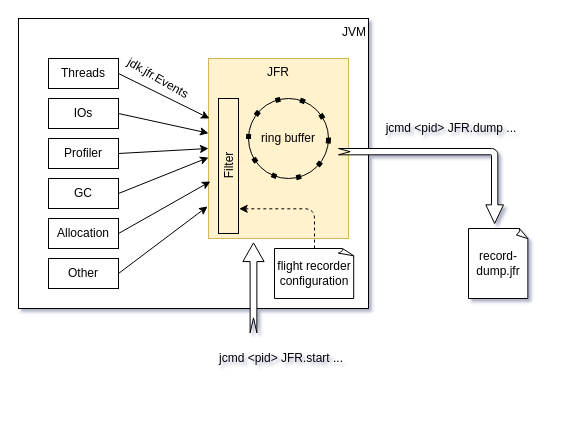
Before: static/assets/jfr/java-flight-recorder-big-picture.drawio in bric3/bric3.github.io, a draw.io diagram. Source tidied: cells renumbered, new cells numbered last; positions are measured from the earlier drawing's top-left corner, leaving out a move shared by most shapes. Both pictures are drawn from the tidied source at 100%, with x=0, y=0 at pixel (18, 18).
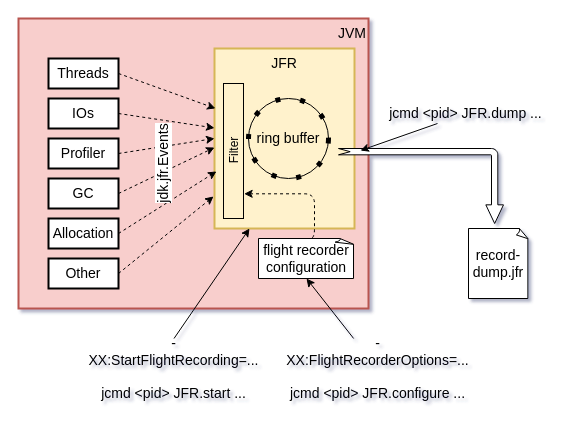
The same diagram, later.

Commit message (it also covers changes not shown here):
Java Flight Recorder first part overhaul

Unchanged cells that the change refers to:
```xml
<mxCell id="21" style="html=1;shadow=0;dashed=0;align=center;verticalAlign=middle;shape=mxgraph.arrows2.bendArrow;dy=3.17;dx=18.67;notch=11.67;arrowHead=17.67;rounded=1;strokeWidth=1;rotation=90;" parent="1" vertex="1">
  <mxGeometry x="365" y="85" width="75" height="165" as="geometry" />
</mxCell>
```

The edit, as a diff of the source:
```diff
@@
-    <mxCell id="2" value="&lt;div align=&quot;right&quot;&gt;JVM&lt;/div&gt;" style="rounded=0;whiteSpace=wrap;html=1;align=right;verticalAlign=top;horizontal=1;" parent="1" vertex="1">
+    <mxCell id="2" value="&lt;div style=&quot;font-size: 14px;&quot; align=&quot;right&quot;&gt;JVM&lt;/div&gt;" style="rounded=0;whiteSpace=wrap;html=1;align=right;verticalAlign=top;horizontal=1;strokeWidth=2;strokeColor=#b85450;fillColor=#f8cecc;fontSize=14;" parent="1" vertex="1">
       <mxGeometry width="350" height="290" as="geometry" />
     </mxCell>
-    <mxCell id="3" value="JFR" style="rounded=0;whiteSpace=wrap;html=1;fillColor=#fff2cc;strokeColor=#d6b656;verticalAlign=top;" parent="1" vertex="1">
-      <mxGeometry x="190" y="40" width="140" height="180" as="geometry" />
+    <mxCell id="3" value="JFR" style="rounded=0;whiteSpace=wrap;html=1;fillColor=#fff2cc;strokeColor=#d6b656;verticalAlign=top;fontSize=14;strokeWidth=2;" parent="1" vertex="1">
+      <mxGeometry x="196" y="30" width="140" height="180" as="geometry" />
     </mxCell>
-    <mxCell id="4" style="rounded=0;jettySize=auto;html=1;exitX=1;exitY=0.5;exitDx=0;exitDy=0;entryX=0.007;entryY=0.333;entryDx=0;entryDy=0;entryPerimeter=0;" parent="1" edge="1" source="5" target="3">
+    <mxCell id="4" style="rounded=0;jettySize=auto;html=1;exitX=1;exitY=0.5;exitDx=0;exitDy=0;entryX=0.007;entryY=0.333;entryDx=0;entryDy=0;entryPerimeter=0;dashed=1;" parent="1" edge="1" source="5" target="3">
       <mxGeometry relative="1" as="geometry" />
     </mxCell>
-    <mxCell id="5" value="Threads" style="rounded=0;whiteSpace=wrap;html=1;" parent="1" vertex="1">
+    <mxCell id="5" value="Threads" style="rounded=0;whiteSpace=wrap;html=1;fontSize=14;strokeWidth=2;" parent="1" vertex="1">
       <mxGeometry x="30" y="40" width="70" height="30" as="geometry" />
     </mxCell>
-    <mxCell id="6" style="edgeStyle=none;rounded=0;jettySize=auto;html=1;exitX=1;exitY=0.5;exitDx=0;exitDy=0;" parent="1" edge="1" source="7" target="3">
+    <mxCell id="6" style="edgeStyle=none;rounded=0;jettySize=auto;html=1;exitX=1;exitY=0.5;exitDx=0;exitDy=0;dashed=1;" parent="1" edge="1" source="7" target="3">
       <mxGeometry relative="1" as="geometry" />
     </mxCell>
-    <mxCell id="7" value="IOs" style="rounded=0;whiteSpace=wrap;html=1;" parent="1" vertex="1">
+    <mxCell id="7" value="IOs" style="rounded=0;whiteSpace=wrap;html=1;fontSize=14;strokeWidth=2;" parent="1" vertex="1">
       <mxGeometry x="30" y="80" width="70" height="30" as="geometry" />
     </mxCell>
-    <mxCell id="8" style="edgeStyle=none;rounded=0;jettySize=auto;html=1;exitX=1;exitY=0.5;exitDx=0;exitDy=0;entryX=0;entryY=0.5;entryDx=0;entryDy=0;" parent="1" edge="1" source="9" target="3">
+    <mxCell id="8" style="edgeStyle=none;rounded=0;jettySize=auto;html=1;exitX=1;exitY=0.5;exitDx=0;exitDy=0;entryX=0;entryY=0.5;entryDx=0;entryDy=0;dashed=1;" parent="1" edge="1" source="9" target="3">
       <mxGeometry relative="1" as="geometry" />
     </mxCell>
-    <mxCell id="9" value="Profiler" style="rounded=0;whiteSpace=wrap;html=1;" parent="1" vertex="1">
+    <mxCell id="9" value="Profiler" style="rounded=0;whiteSpace=wrap;html=1;fontSize=14;strokeWidth=2;" parent="1" vertex="1">
       <mxGeometry x="30" y="120" width="70" height="30" as="geometry" />
     </mxCell>
-    <mxCell id="10" style="edgeStyle=none;rounded=0;jettySize=auto;html=1;exitX=1;exitY=0.5;exitDx=0;exitDy=0;entryX=0;entryY=0.55;entryDx=0;entryDy=0;entryPerimeter=0;" parent="1" edge="1" source="11" target="3">
+    <mxCell id="10" style="edgeStyle=none;rounded=0;jettySize=auto;html=1;exitX=1;exitY=0.5;exitDx=0;exitDy=0;entryX=0;entryY=0.55;entryDx=0;entryDy=0;entryPerimeter=0;dashed=1;" parent="1" edge="1" source="11" target="3">
       <mxGeometry relative="1" as="geometry" />
     </mxCell>
-    <mxCell id="11" value="GC" style="rounded=0;whiteSpace=wrap;html=1;" parent="1" vertex="1">
+    <mxCell id="11" value="GC" style="rounded=0;whiteSpace=wrap;html=1;fontSize=14;strokeWidth=2;" parent="1" vertex="1">
       <mxGeometry x="30" y="160" width="70" height="30" as="geometry" />
     </mxCell>
-    <mxCell id="12" value="Allocation" style="rounded=0;whiteSpace=wrap;html=1;" parent="1" vertex="1">
+    <mxCell id="12" value="Allocation" style="rounded=0;whiteSpace=wrap;html=1;fontSize=14;strokeWidth=2;" parent="1" vertex="1">
       <mxGeometry x="30" y="200" width="70" height="30" as="geometry" />
     </mxCell>
-    <mxCell id="13" value="Other" style="rounded=0;whiteSpace=wrap;html=1;" parent="1" vertex="1">
+    <mxCell id="13" value="Other" style="rounded=0;whiteSpace=wrap;html=1;fontSize=14;strokeWidth=2;" parent="1" vertex="1">
       <mxGeometry x="30" y="240" width="70" height="30" as="geometry" />
     </mxCell>
-    <mxCell id="14" style="endArrow=classic;html=1;exitX=1;exitY=0.5;exitDx=0;exitDy=0;entryX=0.014;entryY=0.683;entryDx=0;entryDy=0;entryPerimeter=0;" parent="1" edge="1" source="12" target="3">
+    <mxCell id="14" style="endArrow=classic;html=1;exitX=1;exitY=0.5;exitDx=0;exitDy=0;entryX=0.014;entryY=0.683;entryDx=0;entryDy=0;entryPerimeter=0;dashed=1;" parent="1" edge="1" source="12" target="3">
       <mxGeometry relative="1" as="geometry" />
     </mxCell>
-    <mxCell id="15" style="endArrow=classic;html=1;exitX=1;exitY=0.5;exitDx=0;exitDy=0;entryX=-0.007;entryY=0.822;entryDx=0;entryDy=0;entryPerimeter=0;" parent="1" edge="1" source="13" target="3">
+    <mxCell id="15" style="endArrow=classic;html=1;exitX=1;exitY=0.5;exitDx=0;exitDy=0;entryX=-0.007;entryY=0.822;entryDx=0;entryDy=0;entryPerimeter=0;dashed=1;" parent="1" edge="1" source="13" target="3">
       <mxGeometry relative="1" as="geometry" />
     </mxCell>
-    <mxCell id="16" style="group;" parent="1" vertex="1">
+    <mxCell id="16" style="group;fontSize=12;" parent="1" vertex="1">
       <mxGeometry x="230" y="80" width="80" height="80" as="geometry" />
     </mxCell>
@@
-    <mxCell id="18" value="ring buffer" style="ellipse;whiteSpace=wrap;html=1;strokeWidth=1;fillColor=none;" parent="16" vertex="1">
+    <mxCell id="18" value="&lt;font style=&quot;font-size: 14px&quot;&gt;ring buffer&lt;/font&gt;" style="ellipse;whiteSpace=wrap;html=1;strokeWidth=1;fillColor=none;" parent="16" vertex="1">
       <mxGeometry width="80" height="80" as="geometry" />
     </mxCell>
-    <mxCell id="19" value="record-dump.jfr" style="whiteSpace=wrap;html=1;shape=mxgraph.basic.document;strokeWidth=1;" parent="1" vertex="1">
+    <mxCell id="19" value="record-dump.jfr" style="whiteSpace=wrap;html=1;shape=mxgraph.basic.document;strokeWidth=1;fontSize=14;" parent="1" vertex="1">
       <mxGeometry x="450" y="210" width="60" height="70" as="geometry" />
     </mxCell>
-    <mxCell id="20" value="jcmd &amp;lt;pid&amp;gt; JFR.dump ..." style="text;html=1;strokeColor=none;fillColor=none;align=center;verticalAlign=middle;whiteSpace=wrap;rounded=0;" parent="1" vertex="1">
-      <mxGeometry x="360" y="100" width="146" height="20" as="geometry" />
+    <mxCell id="20" value="jcmd &amp;lt;pid&amp;gt; JFR.dump ..." style="text;html=1;strokeColor=none;fillColor=none;align=center;verticalAlign=middle;whiteSpace=wrap;rounded=0;fontSize=14;" parent="1" vertex="1">
+      <mxGeometry x="365" y="85" width="165" height="20" as="geometry" />
     </mxCell>
@@
-    <mxCell id="22" value="jcmd &amp;lt;pid&amp;gt; JFR.start ..." style="text;html=1;strokeColor=none;fillColor=none;align=center;verticalAlign=middle;whiteSpace=wrap;rounded=0;" parent="1" vertex="1">
-      <mxGeometry x="190" y="330" width="146" height="20" as="geometry" />
+    <mxCell id="22" value="&lt;div&gt;-XX:StartFlightRecording=...&lt;/div&gt;&lt;div&gt;&lt;br&gt;&lt;/div&gt;&lt;div&gt;jcmd &amp;lt;pid&amp;gt; JFR.start ...&lt;/div&gt;" style="text;html=1;strokeColor=none;fillColor=none;align=center;verticalAlign=middle;whiteSpace=wrap;rounded=0;fontSize=14;" parent="1" vertex="1">
+      <mxGeometry x="68" y="320" width="175" height="60" as="geometry" />
     </mxCell>
-    <mxCell id="23" style="html=1;shadow=0;dashed=0;align=center;verticalAlign=middle;shape=mxgraph.arrows2.arrow;dy=0.68;dx=18.67;notch=15;strokeWidth=1;rotation=-90;" parent="1" vertex="1">
-      <mxGeometry x="190" y="258.8" width="90" height="21.2" as="geometry" />
-    </mxCell>
-    <mxCell id="24" value="&lt;div style=&quot;font-size: 12px;&quot;&gt;jdk.jfr.Events&lt;/div&gt;" style="text;html=1;strokeColor=none;fillColor=none;align=center;verticalAlign=middle;whiteSpace=wrap;rounded=0;rotation=30;fontSize=12;" parent="1" vertex="1">
-      <mxGeometry x="80" y="50" width="120" height="20" as="geometry" />
+    <mxCell id="24" value="&lt;div style=&quot;font-size: 14px;&quot;&gt;jdk.jfr.Events&lt;/div&gt;" style="text;html=1;strokeColor=none;fillColor=none;align=center;verticalAlign=middle;whiteSpace=wrap;rounded=0;rotation=-90;fontSize=14;labelBackgroundColor=#ffffff;" parent="1" vertex="1">
+      <mxGeometry x="85" y="135" width="120" height="20" as="geometry" />
     </mxCell>
     <mxCell id="25" value="Filter" style="rounded=0;whiteSpace=wrap;html=1;strokeWidth=1;fillColor=none;horizontal=0;" parent="1" vertex="1">
-      <mxGeometry x="200" y="80" width="20" height="135" as="geometry" />
+      <mxGeometry x="205" y="65" width="20" height="135" as="geometry" />
     </mxCell>
-    <mxCell id="26" value="flight recorder configuration" style="whiteSpace=wrap;html=1;shape=mxgraph.basic.document;strokeWidth=1;fillColor=none;" parent="1" vertex="1">
-      <mxGeometry x="256" y="230" width="80" height="50" as="geometry" />
+    <mxCell id="26" value="flight recorder configuration" style="whiteSpace=wrap;html=1;shape=mxgraph.basic.document;strokeWidth=1;fontSize=14;" parent="1" vertex="1">
+      <mxGeometry x="240" y="220" width="96" height="40" as="geometry" />
     </mxCell>
     <mxCell id="27" style="edgeStyle=segmentEdgeStyle;endArrow=classic;html=1;exitX=0.5;exitY=0;exitDx=0;exitDy=0;exitPerimeter=0;entryX=1.033;entryY=0.817;entryDx=0;entryDy=0;entryPerimeter=0;dashed=1;" parent="1" edge="1" source="26" target="25">
       <mxGeometry relative="1" as="geometry">
         <Array as="points">
-          <mxPoint x="296" y="190" />
+          <mxPoint x="296" y="175" />
         </Array>
       </mxGeometry>
     </mxCell>
+    <mxCell id="28" style="rounded=0;jettySize=auto;html=1;entryX=0.5;entryY=1;entryDx=0;entryDy=0;entryPerimeter=0;" parent="1" edge="1" source="29" target="26">
+      <mxGeometry relative="1" as="geometry" />
+    </mxCell>
+    <mxCell id="29" value="&lt;div&gt;-XX:FlightRecorderOptions=...&lt;/div&gt;&lt;div&gt;&lt;br&gt;&lt;/div&gt;jcmd &amp;lt;pid&amp;gt; JFR.configure ..." style="text;html=1;strokeColor=none;fillColor=none;align=center;verticalAlign=middle;whiteSpace=wrap;rounded=0;fontSize=14;" parent="1" vertex="1">
+      <mxGeometry x="267.5" y="320" width="182.5" height="60" as="geometry" />
+    </mxCell>
+    <mxCell id="30" style="endArrow=classic;html=1;exitX=0.5;exitY=0;exitDx=0;exitDy=0;entryX=0.25;entryY=1;entryDx=0;entryDy=0;" parent="1" edge="1" source="22" target="3">
+      <mxGeometry relative="1" as="geometry" />
+    </mxCell>
+    <mxCell id="31" style="edgeStyle=none;rounded=0;jettySize=auto;html=1;entryX=0.027;entryY=0.867;entryDx=0;entryDy=0;entryPerimeter=0;" parent="1" edge="1" source="20" target="21">
+      <mxGeometry relative="1" as="geometry" />
+    </mxCell>
```
